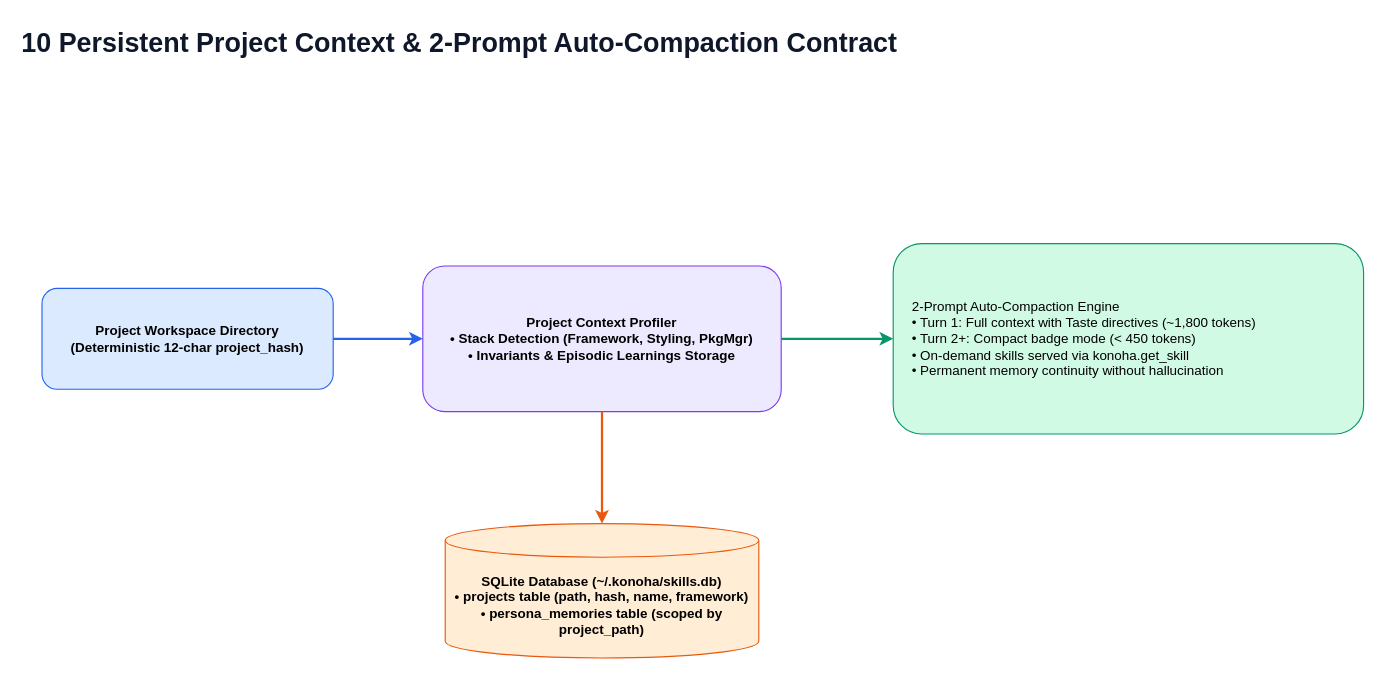
Before: page "10 Persistent Project Context & Auto-Compaction" (10 of 12) of docs/diagrams/konoha-architecture.drawio in andycungkrinx91/konoha, a draw.io diagram. Source tidied: cells renumbered, new cells numbered last; positions are measured from the earlier drawing's top-left corner, leaving out a move shared by most shapes. Both pictures are drawn from the tidied source at 112%, with x=0, y=0 at pixel (19, 19).
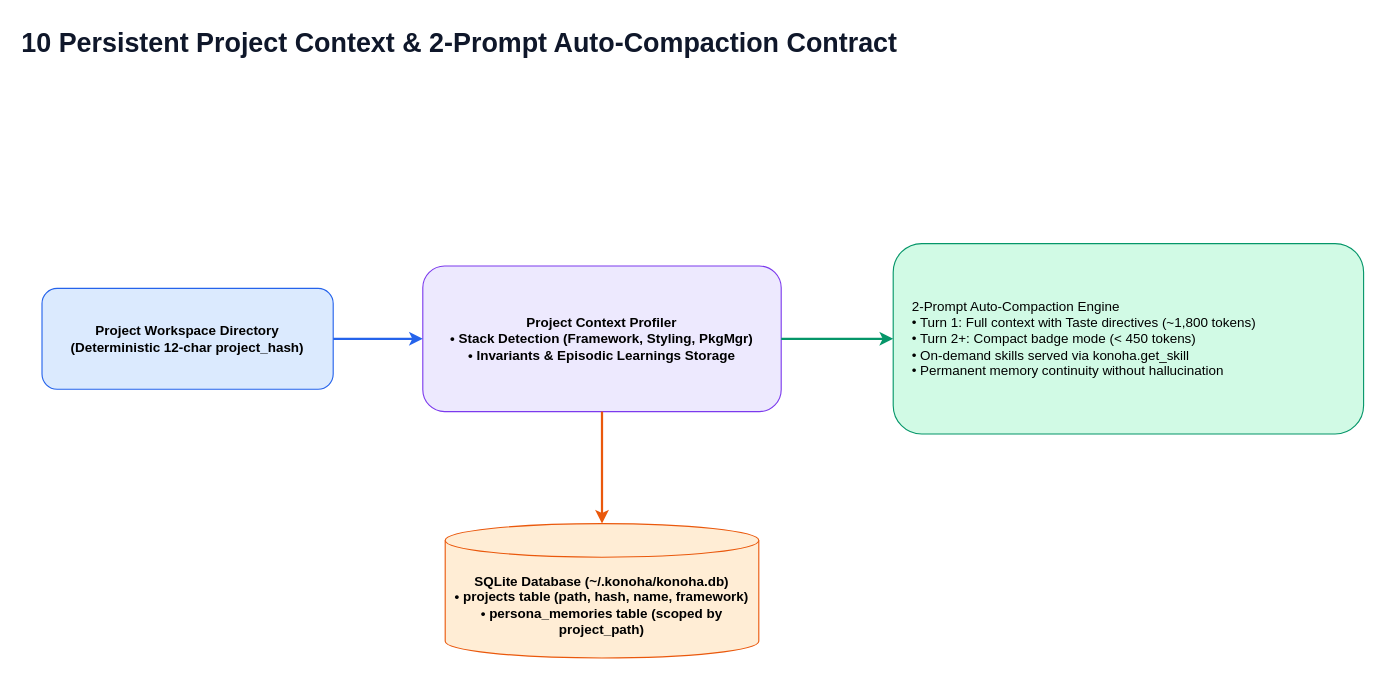
Above is the later version.

The edit, as a diff of the source:
```diff
@@
 <mxGraphModel>
   <root>
     <mxCell id="0" />
     <mxCell id="1" parent="0" />
     <mxCell id="2" value="10 Persistent Project Context &amp; 2-Prompt Auto-Compaction Contract" style="text;html=1;strokeColor=none;fillColor=none;fontColor=#0f172a;fontSize=24;fontStyle=1;align=left;" parent="1" vertex="1">
       <mxGeometry width="1100" height="40" as="geometry" />
     </mxCell>
     <mxCell id="3" value="Project Workspace Directory&#10;(Deterministic 12-char project_hash)" style="rounded=1;html=1;whiteSpace=wrap;fillColor=#dbeafe;strokeColor=#2563eb;fontStyle=1;align=center;" parent="1" vertex="1">
       <mxGeometry x="20" y="240" width="260" height="90" as="geometry" />
     </mxCell>
     <mxCell id="4" value="Project Context Profiler&#10;• Stack Detection (Framework, Styling, PkgMgr)&#10;• Invariants &amp; Episodic Learnings Storage" style="rounded=1;html=1;whiteSpace=wrap;fillColor=#ede9fe;strokeColor=#7c3aed;fontStyle=1;align=center;" parent="1" vertex="1">
       <mxGeometry x="360" y="220" width="320" height="130" as="geometry" />
     </mxCell>
-    <mxCell id="5" value="SQLite Database (~/.konoha/skills.db)&#10;• projects table (path, hash, name, framework)&#10;• persona_memories table (scoped by project_path)" style="shape=cylinder3;whiteSpace=wrap;html=1;boundedLbl=1;backgroundOutline=1;size=15;fillColor=#ffedd5;strokeColor=#ea580c;fontStyle=1;align=center;" parent="1" vertex="1">
+    <mxCell id="5" value="SQLite Database (~/.konoha/konoha.db)&#10;• projects table (path, hash, name, framework)&#10;• persona_memories table (scoped by project_path)" style="shape=cylinder3;whiteSpace=wrap;html=1;boundedLbl=1;backgroundOutline=1;size=15;fillColor=#ffedd5;strokeColor=#ea580c;fontStyle=1;align=center;" parent="1" vertex="1">
       <mxGeometry x="380" y="450" width="280" height="120" as="geometry" />
     </mxCell>
     <mxCell id="6" value="2-Prompt Auto-Compaction Engine&#10;• Turn 1: Full context with Taste directives (~1,800 tokens)&#10;• Turn 2+: Compact badge mode (&lt; 450 tokens)&#10;• On-demand skills served via konoha.get_skill&#10;• Permanent memory continuity without hallucination" style="rounded=1;html=1;whiteSpace=wrap;fillColor=#d1fae5;strokeColor=#059669;fontStyle=0;align=left;spacingLeft=15;" parent="1" vertex="1">
       <mxGeometry x="780" y="200" width="420" height="170" as="geometry" />
     </mxCell>
     <mxCell id="7" style="edgeStyle=orthogonalEdgeStyle;rounded=0;jettySize=auto;html=1;strokeColor=#2563eb;strokeWidth=2;" parent="1" edge="1" source="3" target="4">
       <mxGeometry relative="1" as="geometry" />
     </mxCell>
     <mxCell id="8" style="edgeStyle=orthogonalEdgeStyle;rounded=0;jettySize=auto;html=1;strokeColor=#ea580c;strokeWidth=2;" parent="1" edge="1" source="4" target="5">
       <mxGeometry relative="1" as="geometry" />
     </mxCell>
     <mxCell id="9" style="edgeStyle=orthogonalEdgeStyle;rounded=0;jettySize=auto;html=1;strokeColor=#059669;strokeWidth=2;" parent="1" edge="1" source="4" target="6">
       <mxGeometry relative="1" as="geometry" />
     </mxCell>
   </root>
 </mxGraphModel>
```
